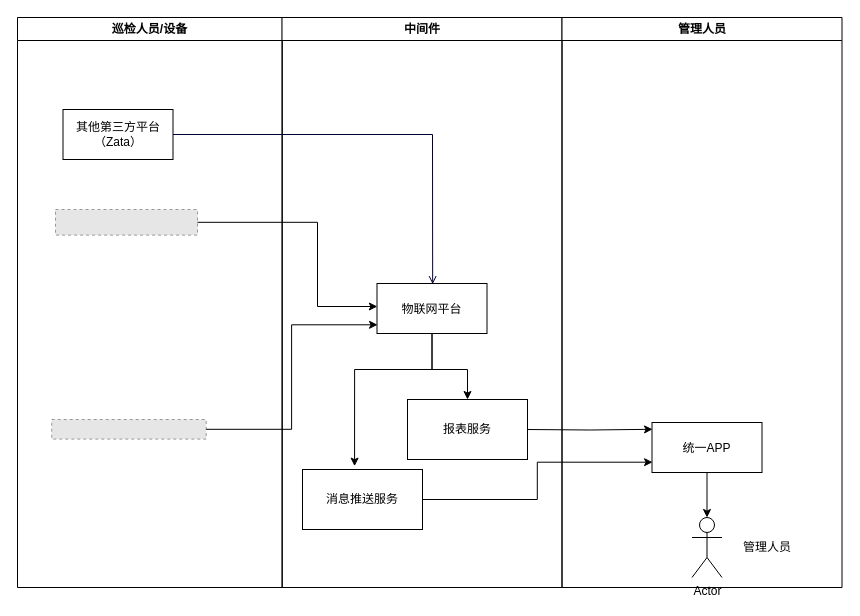
This is 未命名绘图.drawio from uion-080/base-dao1, a draw.io file, before an edit. Source tidied: cells renumbered, new cells numbered last; positions are measured from the earlier drawing's top-left corner, leaving out a move shared by most shapes. Both pictures are drawn from the tidied source at 100%, with x=0, y=0 at pixel (17, 17). Pictures stored in the file or linked from it are replaced by grey dashed boxes.
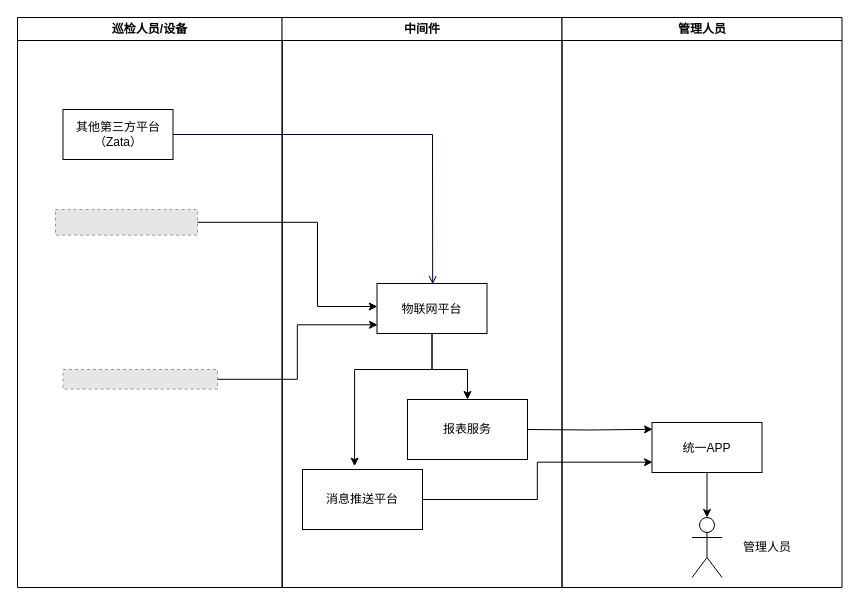
Above is the later version.

Commit message (it also covers changes not shown here):
更新未命名绘图.drawio

The change refers to these unchanged cells:
```xml
<mxCell id="2" value="巡检人员/设备" style="swimlane;whiteSpace=wrap;" parent="1" vertex="1">
  <mxGeometry width="264.8" height="570" as="geometry" />
</mxCell>
<mxCell id="6" value="中间件" style="swimlane;whiteSpace=wrap;startSize=23;" parent="1" vertex="1">
  <mxGeometry x="264.5" width="280" height="570" as="geometry" />
</mxCell>
<mxCell id="12" value="管理人员" style="swimlane;whiteSpace=wrap;" parent="1" vertex="1">
  <mxGeometry x="544.5" width="280" height="570" as="geometry" />
</mxCell>
```

What changed in the source:
```diff
@@
     <mxCell id="4" style="fillColor=#E6E6E6;strokeColor=#999999;dashed=1;verticalLabelPosition=bottom;labelBackgroundColor=default;verticalAlign=top;" parent="2" vertex="1">
-      <mxGeometry x="34.2" y="402" width="154.5" height="19.6" as="geometry" />
+      <mxGeometry x="45.5" y="352" width="154.5" height="19.6" as="geometry" />
     </mxCell>
@@
-    <mxCell id="10" value="消息推送服务" style="rounded=0;whiteSpace=wrap;html=1;" parent="6" vertex="1">
+    <mxCell id="10" value="消息推送平台" style="rounded=0;whiteSpace=wrap;html=1;" parent="6" vertex="1">
       <mxGeometry x="20.5" y="452" width="120" height="60" as="geometry" />
     </mxCell>
@@
-    <mxCell id="16" value="Actor" style="shape=umlActor;verticalLabelPosition=bottom;verticalAlign=top;html=1;" parent="12" vertex="1">
+    <mxCell id="16" style="shape=umlActor;verticalLabelPosition=bottom;verticalAlign=top;html=1;" parent="12" vertex="1">
       <mxGeometry x="130" y="500" width="30" height="60" as="geometry" />
     </mxCell>
```
